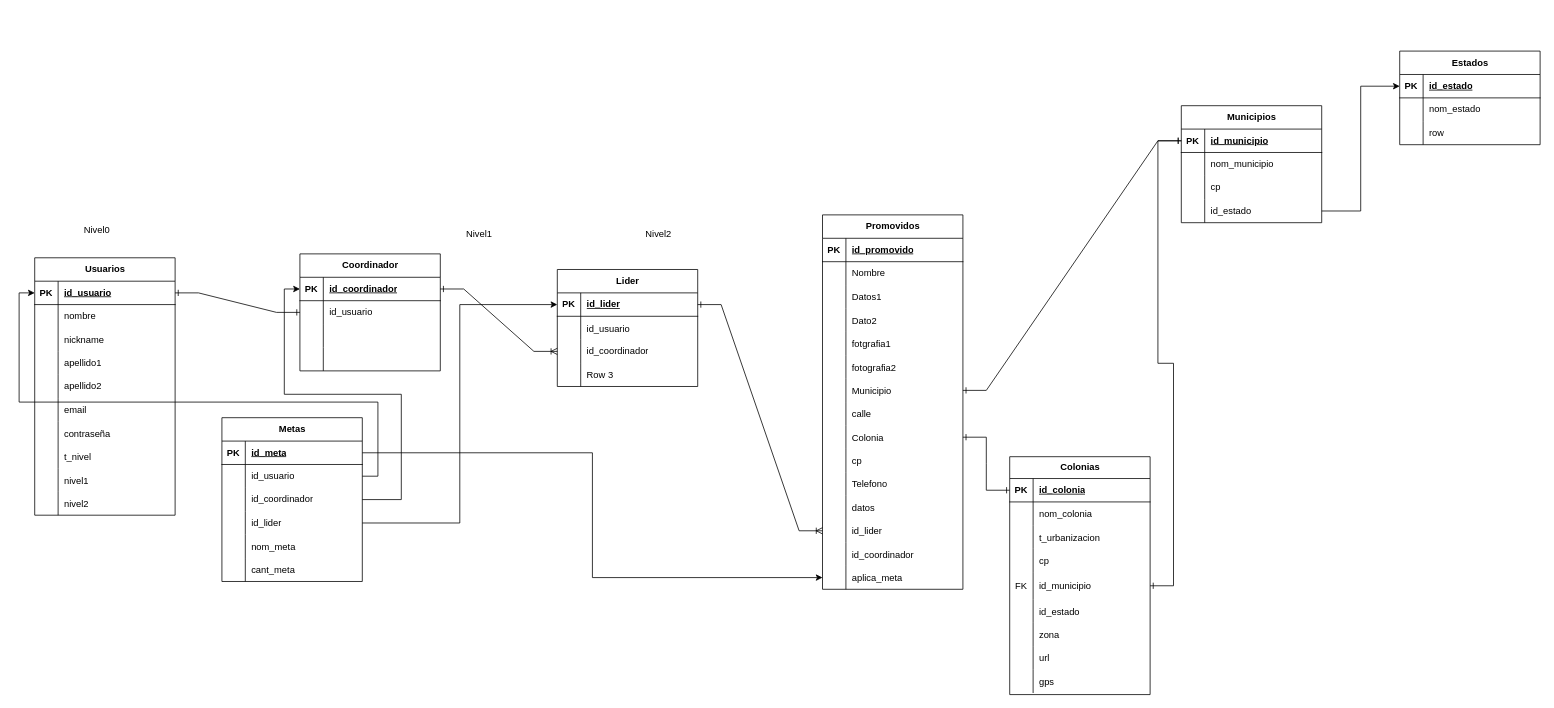
Earlier version of the draw.io diagram Fundacion/Resurces/Modelo_ER.drawio (PatoArteaga/devsolutions.com.mx). Source tidied: cells renumbered, new cells numbered last; positions are measured from the earlier drawing's top-left corner, leaving out a move shared by most shapes. Both pictures are drawn from the tidied source at 78%, with x=0, y=0 at pixel (19, 51).
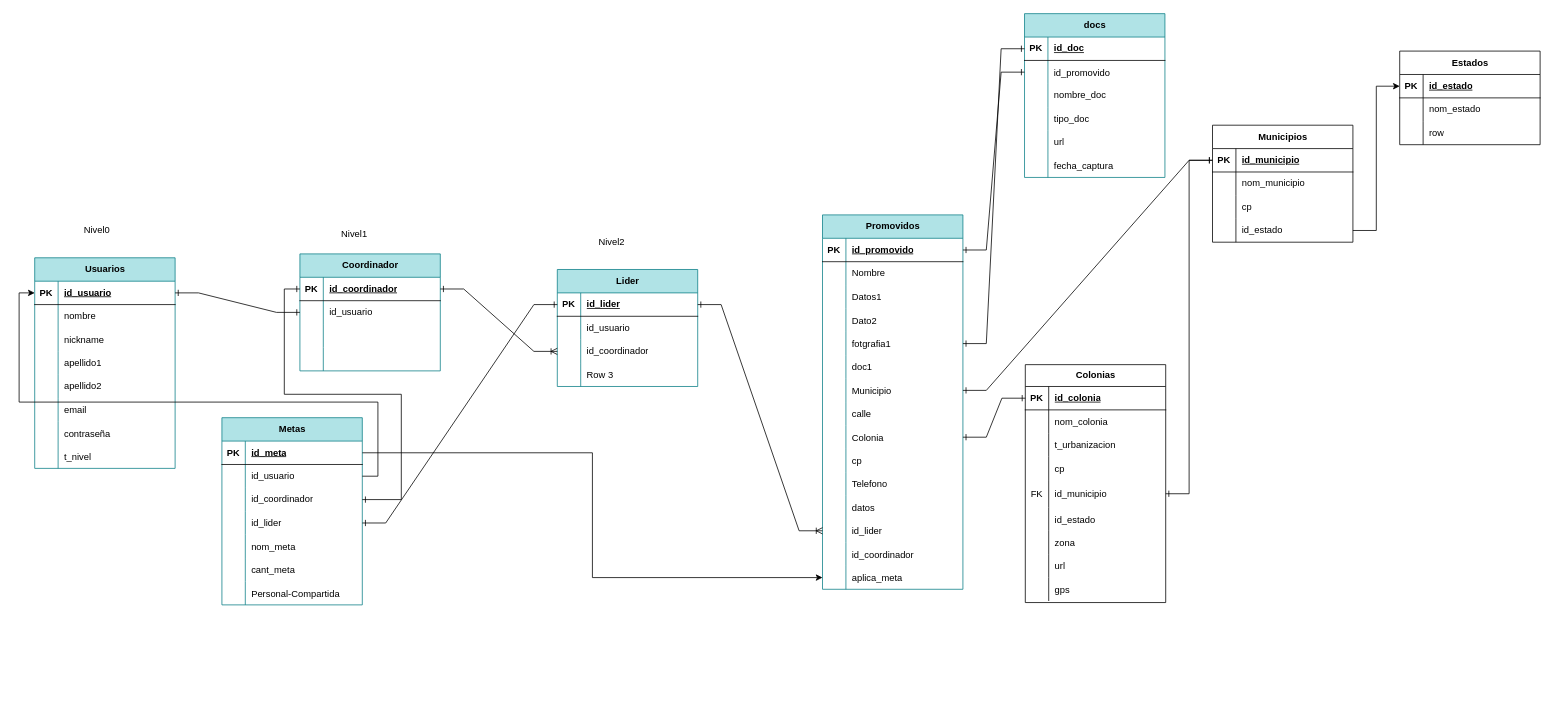
Above is the later version.

The change refers to these unchanged cells:
```xml
<mxCell id="75" style="shape=tableRow;horizontal=0;startSize=0;swimlaneHead=0;swimlaneBody=0;fillColor=none;points=[[0,0.5],[1,0.5]];portConstraint=eastwest;top=0;left=0;right=0;bottom=1;" parent="74" vertex="1">
  <mxGeometry y="30" width="180" height="30" as="geometry" />
</mxCell>
<mxCell id="87" style="shape=tableRow;horizontal=0;startSize=0;swimlaneHead=0;swimlaneBody=0;fillColor=none;points=[[0,0.5],[1,0.5]];portConstraint=eastwest;top=0;left=0;right=0;bottom=0;" parent="74" vertex="1">
  <mxGeometry y="150" width="180" height="30" as="geometry" />
</mxCell>
<mxCell id="90" style="shape=tableRow;horizontal=0;startSize=0;swimlaneHead=0;swimlaneBody=0;fillColor=none;top=0;left=0;right=0;bottom=0;" parent="74" vertex="1">
  <mxGeometry y="180" width="180" height="30" as="geometry" />
</mxCell>
<mxCell id="121" style="shape=tableRow;horizontal=0;startSize=0;swimlaneHead=0;swimlaneBody=0;fillColor=none;points=[[0,0.5],[1,0.5]];portConstraint=eastwest;top=0;left=0;right=0;bottom=1;" parent="120" vertex="1">
  <mxGeometry y="30" width="180" height="30" as="geometry" />
</mxCell>
<mxCell id="134" style="shape=tableRow;horizontal=0;startSize=0;swimlaneHead=0;swimlaneBody=0;fillColor=none;points=[[0,0.5],[1,0.5]];portConstraint=eastwest;top=0;left=0;right=0;bottom=1;" parent="133" vertex="1">
  <mxGeometry y="30" width="180" height="30" as="geometry" />
</mxCell>
<mxCell id="171" style="shape=tableRow;horizontal=0;startSize=0;swimlaneHead=0;swimlaneBody=0;fillColor=none;points=[[0,0.5],[1,0.5]];portConstraint=eastwest;top=0;left=0;right=0;bottom=0;" parent="164" vertex="1">
  <mxGeometry y="90" width="180" height="30" as="geometry" />
</mxCell>
<mxCell id="174" style="shape=tableRow;horizontal=0;startSize=0;swimlaneHead=0;swimlaneBody=0;fillColor=none;points=[[0,0.5],[1,0.5]];portConstraint=eastwest;top=0;left=0;right=0;bottom=0;" parent="164" vertex="1">
  <mxGeometry y="120" width="180" height="30" as="geometry" />
</mxCell>
```

Change to the diagram source:
```diff
@@
-    <mxCell id="2" value="Usuarios" style="shape=table;startSize=30;childLayout=tableLayout;rowLines=0;fontStyle=1;align=center;html=1;" parent="1" vertex="1">
-      <mxGeometry x="20" y="265" width="180" height="330" as="geometry" />
+    <mxCell id="2" value="Usuarios" style="shape=table;startSize=30;childLayout=tableLayout;rowLines=0;fontStyle=1;align=center;html=1;fillColor=#b0e3e6;strokeColor=#0e8088;gradientColor=none;" parent="1" vertex="1">
+      <mxGeometry x="20" y="265" width="180" height="270" as="geometry" />
     </mxCell>
@@
-    <mxCell id="27" style="shape=tableRow;horizontal=0;startSize=0;swimlaneHead=0;swimlaneBody=0;fillColor=none;top=0;left=0;right=0;bottom=0;" parent="2" vertex="1">
-      <mxGeometry y="270" width="180" height="30" as="geometry" />
-    </mxCell>
-    <mxCell id="28" style="shape=partialRectangle;fillColor=none;top=0;left=0;bottom=0;right=0;overflow=hidden;" parent="27" vertex="1">
-      <mxGeometry width="30" height="30" as="geometry" />
-    </mxCell>
-    <mxCell id="29" value="nivel1" style="shape=partialRectangle;fillColor=none;top=0;left=0;bottom=0;right=0;align=left;spacingLeft=6;overflow=hidden;" parent="27" vertex="1">
-      <mxGeometry x="30" width="150" height="30" as="geometry" />
-    </mxCell>
-    <mxCell id="30" style="shape=tableRow;horizontal=0;startSize=0;swimlaneHead=0;swimlaneBody=0;fillColor=none;top=0;left=0;right=0;bottom=0;" parent="2" vertex="1">
-      <mxGeometry y="300" width="180" height="30" as="geometry" />
-    </mxCell>
-    <mxCell id="31" style="shape=partialRectangle;fillColor=none;top=0;left=0;bottom=0;right=0;overflow=hidden;" parent="30" vertex="1">
-      <mxGeometry width="30" height="30" as="geometry" />
-    </mxCell>
-    <mxCell id="32" value="nivel2" style="shape=partialRectangle;fillColor=none;top=0;left=0;bottom=0;right=0;align=left;spacingLeft=6;overflow=hidden;" parent="30" vertex="1">
-      <mxGeometry x="30" width="150" height="30" as="geometry" />
-    </mxCell>
     <mxCell id="33" value="Colonias" style="shape=table;startSize=28;childLayout=tableLayout;rowLines=0;fontStyle=1;align=center;html=1;" parent="1" vertex="1">
-      <mxGeometry x="1270" y="520" width="180" height="305" as="geometry" />
+      <mxGeometry x="1290" y="402" width="180" height="305" as="geometry" />
     </mxCell>
@@
     <mxCell id="61" value="Municipios" style="shape=table;startSize=30;childLayout=tableLayout;rowLines=0;fontStyle=1;align=center;html=1;" parent="1" vertex="1">
-      <mxGeometry x="1490" y="70" width="180" height="150" as="geometry" />
+      <mxGeometry x="1530" y="95" width="180" height="150" as="geometry" />
     </mxCell>
@@
-    <mxCell id="74" value="Promovidos" style="shape=table;startSize=30;childLayout=tableLayout;rowLines=0;fontStyle=1;align=center;html=1;" parent="1" vertex="1">
+    <mxCell id="74" value="Promovidos" style="shape=table;startSize=30;childLayout=tableLayout;rowLines=0;fontStyle=1;align=center;html=1;fillColor=#b0e3e6;strokeColor=#0e8088;" parent="1" vertex="1">
       <mxGeometry x="1030" y="210" width="180" height="480" as="geometry" />
     </mxCell>
@@
-    <mxCell id="92" value="fotografia2" style="shape=partialRectangle;fillColor=none;top=0;left=0;bottom=0;right=0;align=left;spacingLeft=6;overflow=hidden;" parent="90" vertex="1">
+    <mxCell id="92" value="doc1" style="shape=partialRectangle;fillColor=none;top=0;left=0;bottom=0;right=0;align=left;spacingLeft=6;overflow=hidden;" parent="90" vertex="1">
       <mxGeometry x="30" width="150" height="30" as="geometry" />
     </mxCell>
@@
-    <mxCell id="120" value="Coordinador" style="shape=table;startSize=30;childLayout=tableLayout;rowLines=0;fontStyle=1;align=center;html=1;" parent="1" vertex="1">
+    <mxCell id="120" value="Coordinador" style="shape=table;startSize=30;childLayout=tableLayout;rowLines=0;fontStyle=1;align=center;html=1;fillColor=#b0e3e6;strokeColor=#0e8088;" parent="1" vertex="1">
       <mxGeometry x="360" y="260" width="180" height="150" as="geometry" />
     </mxCell>
@@
-    <mxCell id="133" value="Lider" style="shape=table;startSize=30;childLayout=tableLayout;rowLines=0;fontStyle=1;align=center;html=1;" parent="1" vertex="1">
+    <mxCell id="133" value="Lider" style="shape=table;startSize=30;childLayout=tableLayout;rowLines=0;fontStyle=1;align=center;html=1;fillColor=#b0e3e6;strokeColor=#0e8088;" parent="1" vertex="1">
       <mxGeometry x="690" y="280" width="180" height="150" as="geometry" />
     </mxCell>
@@
     <mxCell id="161" value="Nivel1" style="text;html=1;align=center;verticalAlign=middle;whiteSpace=wrap;rounded=0;" parent="1" vertex="1">
-      <mxGeometry x="560" y="220" width="60" height="30" as="geometry" />
+      <mxGeometry x="400" y="220" width="60" height="30" as="geometry" />
     </mxCell>
     <mxCell id="162" value="Nivel2" style="text;html=1;align=center;verticalAlign=middle;whiteSpace=wrap;rounded=0;" parent="1" vertex="1">
-      <mxGeometry x="790" y="220" width="60" height="30" as="geometry" />
+      <mxGeometry x="730" y="230" width="60" height="30" as="geometry" />
     </mxCell>
@@
-    <mxCell id="164" value="Metas" style="shape=table;startSize=30;childLayout=tableLayout;rowLines=0;fontStyle=1;align=center;html=1;" parent="1" vertex="1">
-      <mxGeometry x="260" y="470" width="180" height="210" as="geometry" />
+    <mxCell id="164" value="Metas" style="shape=table;startSize=30;childLayout=tableLayout;rowLines=0;fontStyle=1;align=center;html=1;fillColor=#b0e3e6;strokeColor=#0e8088;" parent="1" vertex="1">
+      <mxGeometry x="260" y="470" width="180" height="240" as="geometry" />
     </mxCell>
@@
+    <mxCell id="189" style="shape=tableRow;horizontal=0;startSize=0;swimlaneHead=0;swimlaneBody=0;fillColor=none;top=0;left=0;right=0;bottom=0;" parent="164" vertex="1">
+      <mxGeometry y="210" width="180" height="30" as="geometry" />
+    </mxCell>
+    <mxCell id="190" style="shape=partialRectangle;fillColor=none;top=0;left=0;bottom=0;right=0;overflow=hidden;" parent="189" vertex="1">
+      <mxGeometry width="30" height="30" as="geometry" />
+    </mxCell>
+    <mxCell id="191" value="Personal-Compartida" style="shape=partialRectangle;fillColor=none;top=0;left=0;bottom=0;right=0;align=left;spacingLeft=6;overflow=hidden;" parent="189" vertex="1">
+      <mxGeometry x="30" width="150" height="30" as="geometry" />
+    </mxCell>
@@
-    <mxCell id="185" style="edgeStyle=orthogonalEdgeStyle;rounded=0;jettySize=auto;html=1;exitX=1;exitY=0.5;exitDx=0;exitDy=0;entryX=0;entryY=0.5;entryDx=0;entryDy=0;" parent="1" edge="1" source="171" target="121">
+    <mxCell id="185" style="edgeStyle=orthogonalEdgeStyle;rounded=0;jettySize=auto;html=1;exitX=1;exitY=0.5;exitDx=0;exitDy=0;entryX=0;entryY=0.5;entryDx=0;entryDy=0;startArrow=ERone;startFill=0;endArrow=ERone;endFill=0;" parent="1" edge="1" source="171" target="121">
       <mxGeometry relative="1" as="geometry">
         <Array as="points">
           <mxPoint x="490" y="575" />
           <mxPoint x="490" y="440" />
           <mxPoint x="340" y="440" />
           <mxPoint x="340" y="305" />
         </Array>
       </mxGeometry>
     </mxCell>
-    <mxCell id="186" style="edgeStyle=orthogonalEdgeStyle;rounded=0;jettySize=auto;html=1;exitX=1;exitY=0.5;exitDx=0;exitDy=0;entryX=0;entryY=0.5;entryDx=0;entryDy=0;" parent="1" edge="1" source="174" target="134">
+    <mxCell id="186" style="edgeStyle=entityRelationEdgeStyle;rounded=0;jettySize=auto;html=1;exitX=1;exitY=0.5;exitDx=0;exitDy=0;entryX=0;entryY=0.5;entryDx=0;entryDy=0;startArrow=ERone;startFill=0;endArrow=ERone;endFill=0;" parent="1" edge="1" source="174" target="134">
       <mxGeometry relative="1" as="geometry" />
     </mxCell>
@@
+    <mxCell id="192" value="docs" style="shape=table;startSize=30;childLayout=tableLayout;rowLines=0;fontStyle=1;align=center;html=1;fillColor=#b0e3e6;strokeColor=#0e8088;" parent="1" vertex="1">
+      <mxGeometry x="1289" y="-48" width="180" height="210" as="geometry" />
+    </mxCell>
+    <mxCell id="193" style="shape=tableRow;horizontal=0;startSize=0;swimlaneHead=0;swimlaneBody=0;fillColor=none;points=[[0,0.5],[1,0.5]];portConstraint=eastwest;top=0;left=0;right=0;bottom=1;" parent="192" vertex="1">
+      <mxGeometry y="30" width="180" height="30" as="geometry" />
+    </mxCell>
+    <mxCell id="194" value="PK" style="shape=partialRectangle;fillColor=none;top=0;left=0;bottom=0;right=0;fontStyle=1;overflow=hidden;whiteSpace=wrap;html=1;" parent="193" vertex="1">
+      <mxGeometry width="30" height="30" as="geometry" />
+    </mxCell>
+    <mxCell id="195" value="id_doc" style="shape=partialRectangle;fillColor=none;top=0;left=0;bottom=0;right=0;align=left;spacingLeft=6;fontStyle=5;overflow=hidden;whiteSpace=wrap;html=1;" parent="193" vertex="1">
+      <mxGeometry x="30" width="150" height="30" as="geometry" />
+    </mxCell>
+    <mxCell id="196" style="shape=tableRow;horizontal=0;startSize=0;swimlaneHead=0;swimlaneBody=0;fillColor=none;points=[[0,0.5],[1,0.5]];portConstraint=eastwest;top=0;left=0;right=0;bottom=0;" parent="192" vertex="1">
+      <mxGeometry y="60" width="180" height="30" as="geometry" />
+    </mxCell>
+    <mxCell id="197" style="shape=partialRectangle;fillColor=none;top=0;left=0;bottom=0;right=0;overflow=hidden;" parent="196" vertex="1">
+      <mxGeometry width="30" height="30" as="geometry" />
+    </mxCell>
+    <mxCell id="198" value="id_promovido" style="shape=partialRectangle;fillColor=none;top=0;left=0;bottom=0;right=0;align=left;spacingLeft=6;overflow=hidden;" parent="196" vertex="1">
+      <mxGeometry x="30" width="150" height="30" as="geometry" />
+    </mxCell>
+    <mxCell id="199" style="shape=tableRow;horizontal=0;startSize=0;swimlaneHead=0;swimlaneBody=0;fillColor=none;top=0;left=0;right=0;bottom=0;" parent="192" vertex="1">
+      <mxGeometry y="90" width="180" height="30" as="geometry" />
+    </mxCell>
+    <mxCell id="200" style="shape=partialRectangle;fillColor=none;top=0;left=0;bottom=0;right=0;overflow=hidden;whiteSpace=wrap;html=1;" parent="199" vertex="1">
+      <mxGeometry width="30" height="30" as="geometry" />
+    </mxCell>
+    <mxCell id="201" value="nombre_doc" style="shape=partialRectangle;fillColor=none;top=0;left=0;bottom=0;right=0;align=left;spacingLeft=6;overflow=hidden;whiteSpace=wrap;html=1;" parent="199" vertex="1">
+      <mxGeometry x="30" width="150" height="30" as="geometry" />
+    </mxCell>
+    <mxCell id="202" style="shape=tableRow;horizontal=0;startSize=0;swimlaneHead=0;swimlaneBody=0;fillColor=none;top=0;left=0;right=0;bottom=0;" parent="192" vertex="1">
+      <mxGeometry y="120" width="180" height="30" as="geometry" />
+    </mxCell>
+    <mxCell id="203" style="shape=partialRectangle;fillColor=none;top=0;left=0;bottom=0;right=0;overflow=hidden;whiteSpace=wrap;html=1;" parent="202" vertex="1">
+      <mxGeometry width="30" height="30" as="geometry" />
+    </mxCell>
+    <mxCell id="204" value="tipo_doc" style="shape=partialRectangle;fillColor=none;top=0;left=0;bottom=0;right=0;align=left;spacingLeft=6;overflow=hidden;whiteSpace=wrap;html=1;" parent="202" vertex="1">
+      <mxGeometry x="30" width="150" height="30" as="geometry" />
+    </mxCell>
+    <mxCell id="205" style="shape=tableRow;horizontal=0;startSize=0;swimlaneHead=0;swimlaneBody=0;fillColor=none;top=0;left=0;right=0;bottom=0;" parent="192" vertex="1">
+      <mxGeometry y="150" width="180" height="30" as="geometry" />
+    </mxCell>
+    <mxCell id="206" style="shape=partialRectangle;fillColor=none;top=0;left=0;bottom=0;right=0;overflow=hidden;whiteSpace=wrap;html=1;" parent="205" vertex="1">
+      <mxGeometry width="30" height="30" as="geometry" />
+    </mxCell>
+    <mxCell id="207" value="url" style="shape=partialRectangle;fillColor=none;top=0;left=0;bottom=0;right=0;align=left;spacingLeft=6;overflow=hidden;whiteSpace=wrap;html=1;" parent="205" vertex="1">
+      <mxGeometry x="30" width="150" height="30" as="geometry" />
+    </mxCell>
+    <mxCell id="208" style="shape=tableRow;horizontal=0;startSize=0;swimlaneHead=0;swimlaneBody=0;fillColor=none;top=0;left=0;right=0;bottom=0;" parent="192" vertex="1">
+      <mxGeometry y="180" width="180" height="30" as="geometry" />
+    </mxCell>
+    <mxCell id="209" style="shape=partialRectangle;fillColor=none;top=0;left=0;bottom=0;right=0;overflow=hidden;" parent="208" vertex="1">
+      <mxGeometry width="30" height="30" as="geometry" />
+    </mxCell>
+    <mxCell id="210" value="fecha_captura" style="shape=partialRectangle;fillColor=none;top=0;left=0;bottom=0;right=0;align=left;spacingLeft=6;overflow=hidden;" parent="208" vertex="1">
+      <mxGeometry x="30" width="150" height="30" as="geometry" />
+    </mxCell>
+    <mxCell id="211" style="edgeStyle=entityRelationEdgeStyle;rounded=0;jettySize=auto;html=1;entryX=0;entryY=0.5;entryDx=0;entryDy=0;startArrow=ERone;startFill=0;endArrow=ERone;endFill=0;" parent="1" edge="1" source="87" target="193">
+      <mxGeometry relative="1" as="geometry">
+        <Array as="points">
+          <mxPoint x="1290" y="190" />
+          <mxPoint x="1280" y="190" />
+        </Array>
+      </mxGeometry>
+    </mxCell>
+    <mxCell id="212" style="edgeStyle=entityRelationEdgeStyle;rounded=0;jettySize=auto;html=1;exitX=1;exitY=0.5;exitDx=0;exitDy=0;entryX=0;entryY=0.5;entryDx=0;entryDy=0;endArrow=ERone;endFill=0;startArrow=ERone;startFill=0;" parent="1" edge="1" source="75" target="196">
+      <mxGeometry relative="1" as="geometry" />
+    </mxCell>
```
